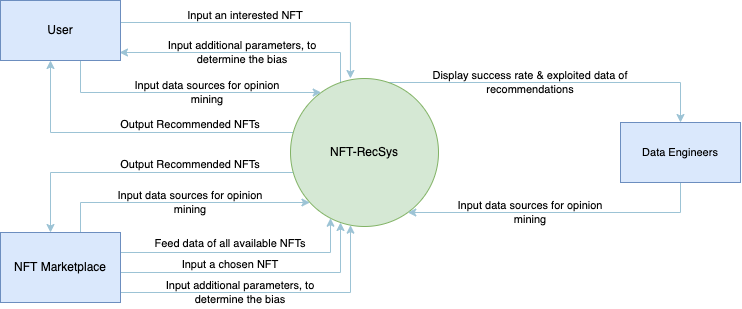
dinuka-rp/nerdy-panda keeps this draw.io diagram as PSPD/PSPD/images/SRS/context-diagram.png. Above is the earlier version. Source tidied: cells renumbered, new cells last; positions are measured from the earlier drawing's top-left corner, leaving out a move shared by most shapes. The source it was exported from:
```xml
<mxGraphModel>
  <root>
    <mxCell id="0" />
    <mxCell id="1" parent="0" />
    <mxCell id="2" style="edgeStyle=orthogonalEdgeStyle;rounded=0;jettySize=auto;html=1;strokeColor=#9CC3D5;" parent="1" edge="1" source="6">
      <mxGeometry relative="1" as="geometry">
        <mxPoint x="119" y="52" as="targetPoint" />
        <Array as="points">
          <mxPoint x="340" y="52" />
          <mxPoint x="119" y="52" />
        </Array>
      </mxGeometry>
    </mxCell>
    <mxCell id="3" style="edgeStyle=orthogonalEdgeStyle;rounded=0;jettySize=auto;html=1;strokeColor=#9CC3D5;" parent="1" edge="1" source="6" target="9">
      <mxGeometry relative="1" as="geometry">
        <Array as="points">
          <mxPoint x="50" y="132" />
        </Array>
      </mxGeometry>
    </mxCell>
    <mxCell id="4" style="edgeStyle=orthogonalEdgeStyle;rounded=0;jettySize=auto;html=1;strokeColor=#9CC3D5;entryX=0.413;entryY=0.014;entryDx=0;entryDy=0;entryPerimeter=0;" parent="1" edge="1" source="6" target="14">
      <mxGeometry relative="1" as="geometry">
        <Array as="points">
          <mxPoint x="50" y="172" />
          <mxPoint x="50" y="232" />
        </Array>
      </mxGeometry>
    </mxCell>
    <mxCell id="5" style="edgeStyle=orthogonalEdgeStyle;rounded=0;jettySize=auto;html=1;fontSize=11;fontColor=#000000;strokeColor=#9CC3D5;" parent="1" edge="1" source="6" target="23">
      <mxGeometry relative="1" as="geometry">
        <Array as="points">
          <mxPoint x="680" y="82" />
        </Array>
      </mxGeometry>
    </mxCell>
    <mxCell id="6" value="NFT-RecSys" style="ellipse;whiteSpace=wrap;html=1;fillColor=#d5e8d4;strokeColor=#82b366;" parent="1" vertex="1">
      <mxGeometry x="290" y="78" width="148" height="148" as="geometry" />
    </mxCell>
    <mxCell id="7" style="edgeStyle=orthogonalEdgeStyle;rounded=0;jettySize=auto;html=1;entryX=0.405;entryY=0;entryDx=0;entryDy=0;entryPerimeter=0;strokeColor=#9CC3D5;" parent="1" edge="1" source="9" target="6">
      <mxGeometry relative="1" as="geometry">
        <Array as="points">
          <mxPoint x="350" y="22" />
        </Array>
      </mxGeometry>
    </mxCell>
    <mxCell id="8" style="edgeStyle=orthogonalEdgeStyle;rounded=0;jettySize=auto;html=1;strokeColor=#9CC3D5;" parent="1" edge="1" source="9" target="6">
      <mxGeometry relative="1" as="geometry">
        <Array as="points">
          <mxPoint x="80" y="92" />
        </Array>
      </mxGeometry>
    </mxCell>
    <mxCell id="9" value="User" style="rounded=0;whiteSpace=wrap;html=1;fillColor=#dae8fc;strokeColor=#6c8ebf;" parent="1" vertex="1">
      <mxGeometry width="120" height="60" as="geometry" />
    </mxCell>
    <mxCell id="10" style="edgeStyle=orthogonalEdgeStyle;rounded=0;jettySize=auto;html=1;strokeColor=#9CC3D5;" parent="1" edge="1" target="6">
      <mxGeometry relative="1" as="geometry">
        <mxPoint x="120" y="252" as="sourcePoint" />
        <Array as="points">
          <mxPoint x="330" y="252" />
        </Array>
      </mxGeometry>
    </mxCell>
    <mxCell id="11" style="edgeStyle=orthogonalEdgeStyle;rounded=0;jettySize=auto;html=1;strokeColor=#9CC3D5;" parent="1" edge="1" source="14" target="6">
      <mxGeometry relative="1" as="geometry">
        <Array as="points">
          <mxPoint x="340" y="272" />
        </Array>
      </mxGeometry>
    </mxCell>
    <mxCell id="12" style="edgeStyle=orthogonalEdgeStyle;rounded=0;jettySize=auto;html=1;strokeColor=#9CC3D5;" parent="1" edge="1" source="14" target="6">
      <mxGeometry relative="1" as="geometry">
        <Array as="points">
          <mxPoint x="350" y="292" />
        </Array>
      </mxGeometry>
    </mxCell>
    <mxCell id="13" style="edgeStyle=orthogonalEdgeStyle;rounded=0;jettySize=auto;html=1;strokeColor=#9CC3D5;" parent="1" edge="1" source="14" target="6">
      <mxGeometry relative="1" as="geometry">
        <Array as="points">
          <mxPoint x="80" y="202" />
        </Array>
      </mxGeometry>
    </mxCell>
    <mxCell id="14" value="NFT Marketplace" style="rounded=0;whiteSpace=wrap;html=1;fillColor=#dae8fc;strokeColor=#6c8ebf;" parent="1" vertex="1">
      <mxGeometry y="232" width="120" height="70" as="geometry" />
    </mxCell>
    <mxCell id="15" value="Input an interested NFT" style="text;html=1;strokeColor=none;fillColor=none;align=center;verticalAlign=middle;whiteSpace=wrap;rounded=0;fontSize=11;" parent="1" vertex="1">
      <mxGeometry x="170" width="150" height="30" as="geometry" />
    </mxCell>
    <mxCell id="16" value="Feed data of all available NFTs" style="text;html=1;strokeColor=none;fillColor=none;align=center;verticalAlign=middle;whiteSpace=wrap;rounded=0;fontSize=11;" parent="1" vertex="1">
      <mxGeometry x="140" y="228" width="180" height="30" as="geometry" />
    </mxCell>
    <mxCell id="17" value="Input additional parameters, to determine the bias" style="text;html=1;strokeColor=none;fillColor=none;align=center;verticalAlign=middle;whiteSpace=wrap;rounded=0;fontSize=11;" parent="1" vertex="1">
      <mxGeometry x="162" y="37" width="160" height="30" as="geometry" />
    </mxCell>
    <mxCell id="18" value="Output Recommended NFTs" style="text;html=1;strokeColor=none;fillColor=none;align=center;verticalAlign=middle;whiteSpace=wrap;rounded=0;fontSize=11;" parent="1" vertex="1">
      <mxGeometry x="110" y="109" width="160" height="30" as="geometry" />
    </mxCell>
    <mxCell id="19" value="Input a chosen NFT" style="text;html=1;strokeColor=none;fillColor=none;align=center;verticalAlign=middle;whiteSpace=wrap;rounded=0;fontSize=11;" parent="1" vertex="1">
      <mxGeometry x="155" y="249" width="150" height="30" as="geometry" />
    </mxCell>
    <mxCell id="20" value="Input additional parameters, to determine the bias" style="text;html=1;strokeColor=none;fillColor=none;align=center;verticalAlign=middle;whiteSpace=wrap;rounded=0;fontSize=11;" parent="1" vertex="1">
      <mxGeometry x="160" y="277" width="160" height="30" as="geometry" />
    </mxCell>
    <mxCell id="21" value="Output Recommended NFTs" style="text;html=1;strokeColor=none;fillColor=none;align=center;verticalAlign=middle;whiteSpace=wrap;rounded=0;fontSize=11;" parent="1" vertex="1">
      <mxGeometry x="110" y="149" width="160" height="30" as="geometry" />
    </mxCell>
    <mxCell id="22" style="edgeStyle=orthogonalEdgeStyle;rounded=0;jettySize=auto;html=1;strokeColor=#9CC3D5;fontColor=#000000;" parent="1" edge="1" source="23" target="6">
      <mxGeometry relative="1" as="geometry">
        <Array as="points">
          <mxPoint x="680" y="212" />
        </Array>
      </mxGeometry>
    </mxCell>
    <mxCell id="23" value="Data Engineers" style="rounded=0;whiteSpace=wrap;html=1;labelBackgroundColor=none;fontSize=11;fillColor=#dae8fc;strokeColor=#6c8ebf;" parent="1" vertex="1">
      <mxGeometry x="620" y="122" width="120" height="60" as="geometry" />
    </mxCell>
    <mxCell id="24" value="&lt;span&gt;Display success rate &amp;amp; exploited data of&lt;/span&gt;&lt;br&gt;&lt;span&gt;recommendations&lt;/span&gt;" style="text;html=1;strokeColor=none;fillColor=none;align=center;verticalAlign=middle;whiteSpace=wrap;rounded=0;labelBackgroundColor=none;fontSize=11;fontColor=#000000;" parent="1" vertex="1">
      <mxGeometry x="420" y="67" width="220" height="30" as="geometry" />
    </mxCell>
    <mxCell id="25" value="Input data sources for opinion mining" style="text;html=1;strokeColor=none;fillColor=none;align=center;verticalAlign=middle;whiteSpace=wrap;rounded=0;fontSize=11;" parent="1" vertex="1">
      <mxGeometry x="450" y="197" width="160" height="30" as="geometry" />
    </mxCell>
    <mxCell id="26" value="Input data sources for opinion mining" style="text;html=1;strokeColor=none;fillColor=none;align=center;verticalAlign=middle;whiteSpace=wrap;rounded=0;fontSize=11;" parent="1" vertex="1">
      <mxGeometry x="110" y="187" width="160" height="30" as="geometry" />
    </mxCell>
    <mxCell id="27" value="Input data sources for opinion mining" style="text;html=1;strokeColor=none;fillColor=none;align=center;verticalAlign=middle;whiteSpace=wrap;rounded=0;fontSize=11;" parent="1" vertex="1">
      <mxGeometry x="127" y="77" width="160" height="30" as="geometry" />
    </mxCell>
  </root>
</mxGraphModel>
```
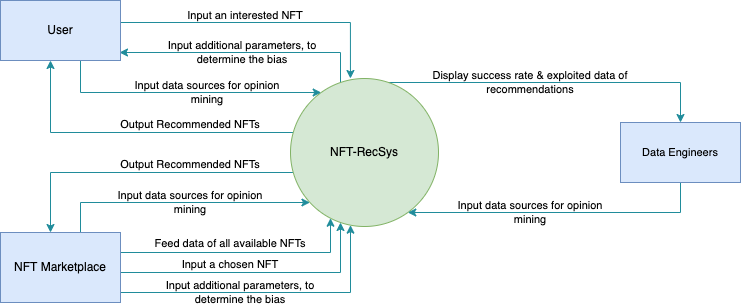
Later version of the same file.

What changed in the source:
```diff
@@ -2,7 +2,7 @@
   <root>
     <mxCell id="0" />
     <mxCell id="1" parent="0" />
-    <mxCell id="2" style="edgeStyle=orthogonalEdgeStyle;rounded=0;jettySize=auto;html=1;strokeColor=#9CC3D5;" parent="1" edge="1" source="6">
+    <mxCell id="2" style="edgeStyle=orthogonalEdgeStyle;rounded=0;jettySize=auto;html=1;strokeColor=#208C9B;fontColor=#000000;" parent="1" edge="1" source="6">
       <mxGeometry relative="1" as="geometry">
         <mxPoint x="119" y="52" as="targetPoint" />
         <Array as="points">
@@ -11,14 +11,14 @@
         </Array>
       </mxGeometry>
     </mxCell>
-    <mxCell id="3" style="edgeStyle=orthogonalEdgeStyle;rounded=0;jettySize=auto;html=1;strokeColor=#9CC3D5;" parent="1" edge="1" source="6" target="9">
+    <mxCell id="3" style="edgeStyle=orthogonalEdgeStyle;rounded=0;jettySize=auto;html=1;strokeColor=#208C9B;fontColor=#000000;" parent="1" edge="1" source="6" target="9">
       <mxGeometry relative="1" as="geometry">
         <Array as="points">
           <mxPoint x="50" y="132" />
         </Array>
       </mxGeometry>
     </mxCell>
-    <mxCell id="4" style="edgeStyle=orthogonalEdgeStyle;rounded=0;jettySize=auto;html=1;strokeColor=#9CC3D5;entryX=0.413;entryY=0.014;entryDx=0;entryDy=0;entryPerimeter=0;" parent="1" edge="1" source="6" target="14">
+    <mxCell id="4" style="edgeStyle=orthogonalEdgeStyle;rounded=0;jettySize=auto;html=1;strokeColor=#208C9B;entryX=0.413;entryY=0.014;entryDx=0;entryDy=0;entryPerimeter=0;fontColor=#000000;" parent="1" edge="1" source="6" target="14">
       <mxGeometry relative="1" as="geometry">
         <Array as="points">
           <mxPoint x="50" y="172" />
@@ -26,7 +26,7 @@
         </Array>
       </mxGeometry>
     </mxCell>
-    <mxCell id="5" style="edgeStyle=orthogonalEdgeStyle;rounded=0;jettySize=auto;html=1;fontSize=11;fontColor=#000000;strokeColor=#9CC3D5;" parent="1" edge="1" source="6" target="23">
+    <mxCell id="5" style="edgeStyle=orthogonalEdgeStyle;rounded=0;jettySize=auto;html=1;fontSize=11;fontColor=#000000;strokeColor=#208C9B;" parent="1" edge="1" source="6" target="23">
       <mxGeometry relative="1" as="geometry">
         <Array as="points">
           <mxPoint x="680" y="82" />
@@ -36,14 +36,14 @@
     <mxCell id="6" value="NFT-RecSys" style="ellipse;whiteSpace=wrap;html=1;fillColor=#d5e8d4;strokeColor=#82b366;" parent="1" vertex="1">
       <mxGeometry x="290" y="78" width="148" height="148" as="geometry" />
     </mxCell>
-    <mxCell id="7" style="edgeStyle=orthogonalEdgeStyle;rounded=0;jettySize=auto;html=1;entryX=0.405;entryY=0;entryDx=0;entryDy=0;entryPerimeter=0;strokeColor=#9CC3D5;" parent="1" edge="1" source="9" target="6">
+    <mxCell id="7" style="edgeStyle=orthogonalEdgeStyle;rounded=0;jettySize=auto;html=1;entryX=0.405;entryY=0;entryDx=0;entryDy=0;entryPerimeter=0;strokeColor=#208C9B;fontColor=#000000;" parent="1" edge="1" source="9" target="6">
       <mxGeometry relative="1" as="geometry">
         <Array as="points">
           <mxPoint x="350" y="22" />
         </Array>
       </mxGeometry>
     </mxCell>
-    <mxCell id="8" style="edgeStyle=orthogonalEdgeStyle;rounded=0;jettySize=auto;html=1;strokeColor=#9CC3D5;" parent="1" edge="1" source="9" target="6">
+    <mxCell id="8" style="edgeStyle=orthogonalEdgeStyle;rounded=0;jettySize=auto;html=1;strokeColor=#208C9B;fontColor=#000000;" parent="1" edge="1" source="9" target="6">
       <mxGeometry relative="1" as="geometry">
         <Array as="points">
           <mxPoint x="80" y="92" />
@@ -53,7 +53,7 @@
     <mxCell id="9" value="User" style="rounded=0;whiteSpace=wrap;html=1;fillColor=#dae8fc;strokeColor=#6c8ebf;" parent="1" vertex="1">
       <mxGeometry width="120" height="60" as="geometry" />
     </mxCell>
-    <mxCell id="10" style="edgeStyle=orthogonalEdgeStyle;rounded=0;jettySize=auto;html=1;strokeColor=#9CC3D5;" parent="1" edge="1" target="6">
+    <mxCell id="10" style="edgeStyle=orthogonalEdgeStyle;rounded=0;jettySize=auto;html=1;strokeColor=#208C9B;fontColor=#000000;" parent="1" edge="1" target="6">
       <mxGeometry relative="1" as="geometry">
         <mxPoint x="120" y="252" as="sourcePoint" />
         <Array as="points">
@@ -61,21 +61,21 @@
         </Array>
       </mxGeometry>
     </mxCell>
-    <mxCell id="11" style="edgeStyle=orthogonalEdgeStyle;rounded=0;jettySize=auto;html=1;strokeColor=#9CC3D5;" parent="1" edge="1" source="14" target="6">
+    <mxCell id="11" style="edgeStyle=orthogonalEdgeStyle;rounded=0;jettySize=auto;html=1;strokeColor=#208C9B;fontColor=#000000;" parent="1" edge="1" source="14" target="6">
       <mxGeometry relative="1" as="geometry">
         <Array as="points">
           <mxPoint x="340" y="272" />
         </Array>
       </mxGeometry>
     </mxCell>
-    <mxCell id="12" style="edgeStyle=orthogonalEdgeStyle;rounded=0;jettySize=auto;html=1;strokeColor=#9CC3D5;" parent="1" edge="1" source="14" target="6">
+    <mxCell id="12" style="edgeStyle=orthogonalEdgeStyle;rounded=0;jettySize=auto;html=1;strokeColor=#208C9B;fontColor=#000000;" parent="1" edge="1" source="14" target="6">
       <mxGeometry relative="1" as="geometry">
         <Array as="points">
           <mxPoint x="350" y="292" />
         </Array>
       </mxGeometry>
     </mxCell>
-    <mxCell id="13" style="edgeStyle=orthogonalEdgeStyle;rounded=0;jettySize=auto;html=1;strokeColor=#9CC3D5;" parent="1" edge="1" source="14" target="6">
+    <mxCell id="13" style="edgeStyle=orthogonalEdgeStyle;rounded=0;jettySize=auto;html=1;strokeColor=#208C9B;fontColor=#000000;" parent="1" edge="1" source="14" target="6">
       <mxGeometry relative="1" as="geometry">
         <Array as="points">
           <mxPoint x="80" y="202" />
@@ -106,7 +106,7 @@
     <mxCell id="21" value="Output Recommended NFTs" style="text;html=1;strokeColor=none;fillColor=none;align=center;verticalAlign=middle;whiteSpace=wrap;rounded=0;fontSize=11;" parent="1" vertex="1">
       <mxGeometry x="110" y="149" width="160" height="30" as="geometry" />
     </mxCell>
-    <mxCell id="22" style="edgeStyle=orthogonalEdgeStyle;rounded=0;jettySize=auto;html=1;strokeColor=#9CC3D5;fontColor=#000000;" parent="1" edge="1" source="23" target="6">
+    <mxCell id="22" style="edgeStyle=orthogonalEdgeStyle;rounded=0;jettySize=auto;html=1;strokeColor=#208C9B;fontColor=#000000;" parent="1" edge="1" source="23" target="6">
       <mxGeometry relative="1" as="geometry">
         <Array as="points">
           <mxPoint x="680" y="212" />
```
